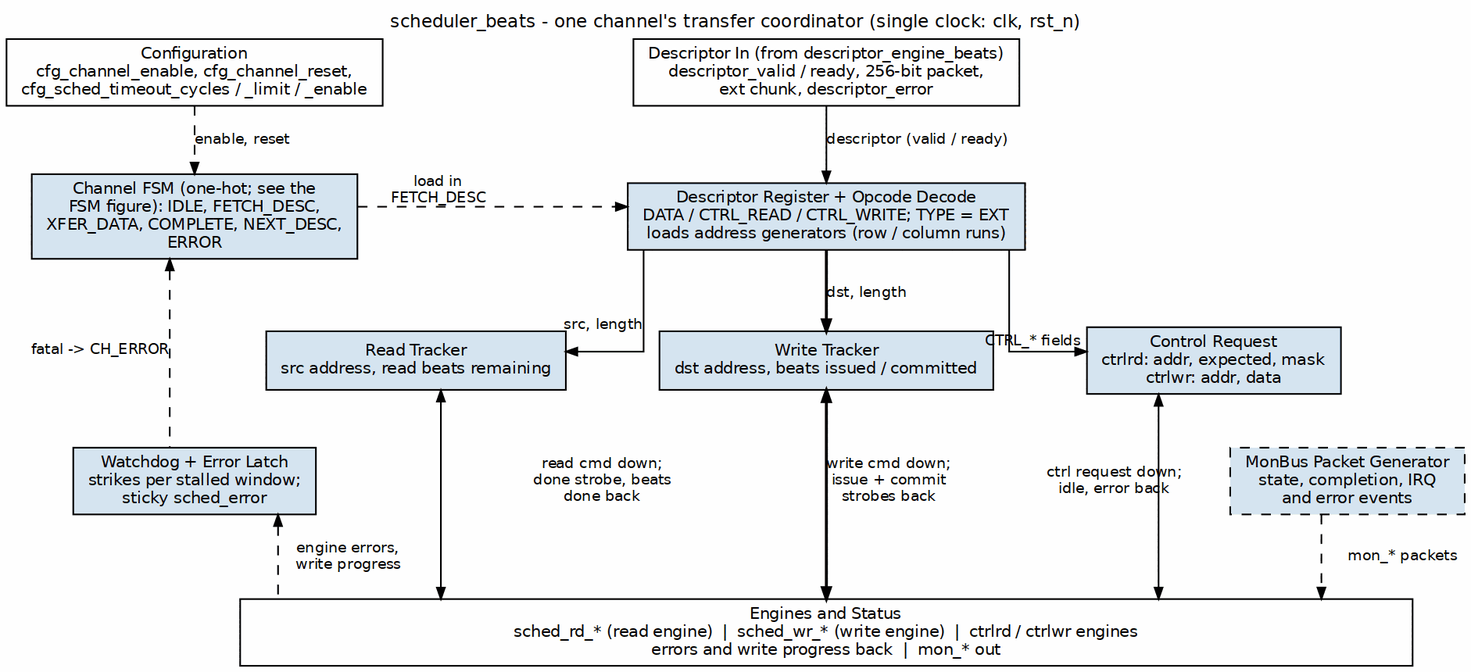
This is projects/components/dma-ip/rapids/docs/rapids_beats_mas/assets/graphviz/01_scheduler.png from sean-galloway/RTLDesignSherpa, a Graphviz export, as it was before one commit. Its source is kept beside it as projects/components/dma-ip/rapids/docs/rapids_beats_mas/assets/graphviz/01_scheduler.dot.
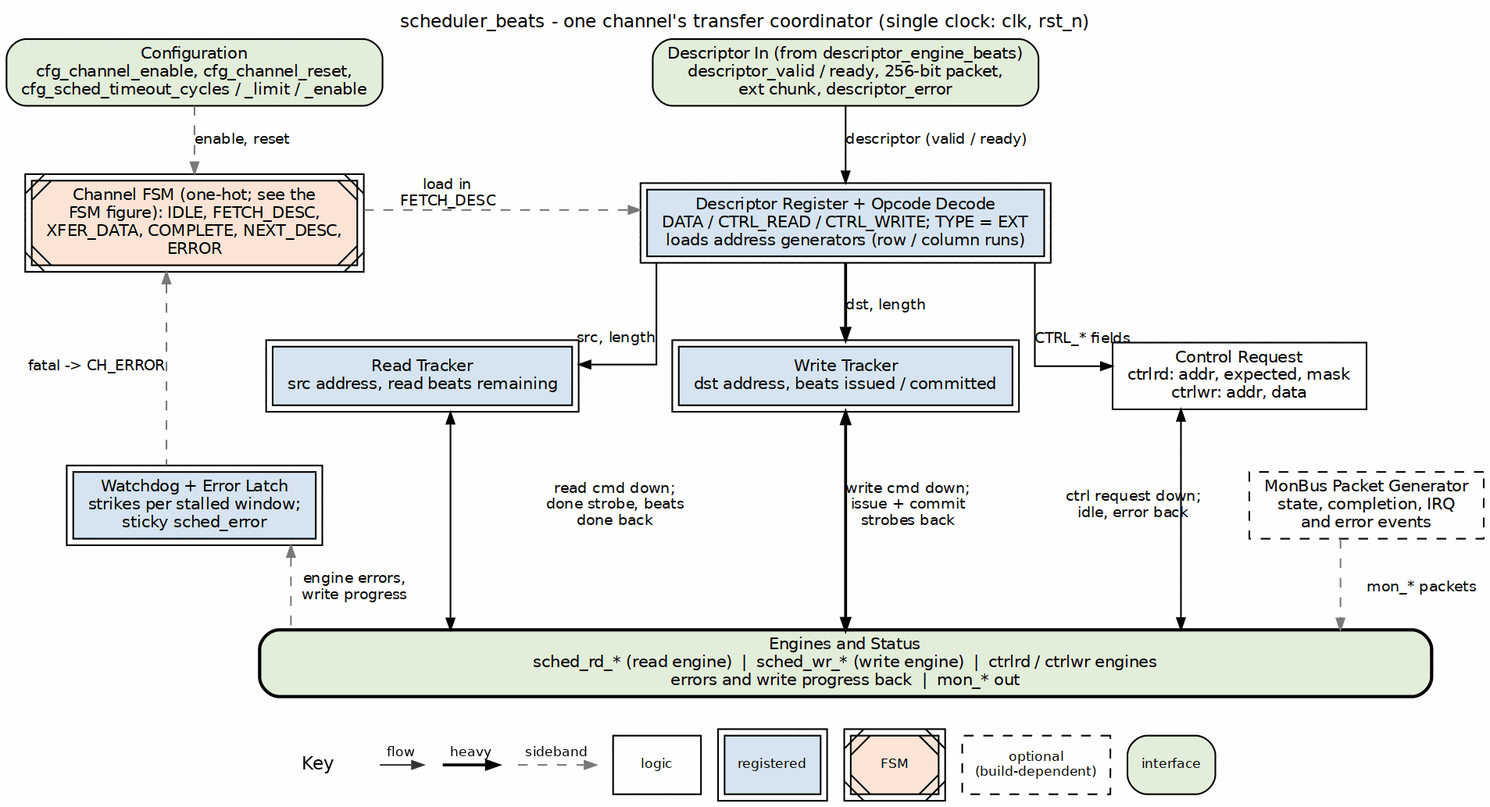
After the commit.

What changed in the source:
```diff
@@ -4,37 +4,37 @@
            label="scheduler_beats - one channel's transfer coordinator (single clock: clk, rst_n)",
            labelloc=t, labeljust=c];
     node  [fontname="Helvetica", fontsize=10, shape=box, style=filled,
-           fillcolor="#D6E4F0", color="black", margin="0.12,0.06"];
+           fillcolor="white", color="black", margin="0.12,0.06"];
     edge  [fontname="Helvetica", fontsize=9, color="black", arrowsize=0.7];
 
-    cfg  [label="Configuration\ncfg_channel_enable, cfg_channel_reset,\ncfg_sched_timeout_cycles / _limit / _enable", fillcolor="white", group=L];
-    din  [label="Descriptor In (from descriptor_engine_beats)\ndescriptor_valid / ready, 256-bit packet,\next chunk, descriptor_error", fillcolor="white", group=C];
+    cfg  [label="Configuration\ncfg_channel_enable, cfg_channel_reset,\ncfg_sched_timeout_cycles / _limit / _enable", fillcolor="white", group=L, style="rounded,filled", fillcolor="#E2EFDA"];
+    din  [label="Descriptor In (from descriptor_engine_beats)\ndescriptor_valid / ready, 256-bit packet,\next chunk, descriptor_error", fillcolor="white", group=C, style="rounded,filled", fillcolor="#E2EFDA"];
 
-    fsm  [label="Channel FSM (one-hot; see the\nFSM figure): IDLE, FETCH_DESC,\nXFER_DATA, COMPLETE, NEXT_DESC,\nERROR", group=L];
-    dreg [label="Descriptor Register + Opcode Decode\nDATA / CTRL_READ / CTRL_WRITE; TYPE = EXT\nloads address generators (row / column runs)", group=C];
+    fsm  [label="Channel FSM (one-hot; see the\nFSM figure): IDLE, FETCH_DESC,\nXFER_DATA, COMPLETE, NEXT_DESC,\nERROR", group=L, peripheries=2, style="filled,diagonals", fillcolor="#FCE4D6"];
+    dreg [label="Descriptor Register + Opcode Decode\nDATA / CTRL_READ / CTRL_WRITE; TYPE = EXT\nloads address generators (row / column runs)", group=C, peripheries=2, style="filled", fillcolor="#D6E4F0"];
 
-    rdt  [label="Read Tracker\nsrc address, read beats remaining", group=M];
-    wrt  [label="Write Tracker\ndst address, beats issued / committed", group=C];
-    ctl  [label="Control Request\nctrlrd: addr, expected, mask\nctrlwr: addr, data", group=R];
+    rdt  [label="Read Tracker\nsrc address, read beats remaining", group=M, peripheries=2, style="filled", fillcolor="#D6E4F0"];
+    wrt  [label="Write Tracker\ndst address, beats issued / committed", group=C, peripheries=2, style="filled", fillcolor="#D6E4F0"];
+    ctl  [label="Control Request\nctrlrd: addr, expected, mask\nctrlwr: addr, data", group=R, style="filled", fillcolor="white"];
 
-    wd   [label="Watchdog + Error Latch\nstrikes per stalled window;\nsticky sched_error", group=L];
-    mon  [label="MonBus Packet Generator\nstate, completion, IRQ\nand error events", style="filled,dashed", group=L];
+    wd   [label="Watchdog + Error Latch\nstrikes per stalled window;\nsticky sched_error", group=L, peripheries=2, style="filled", fillcolor="#D6E4F0"];
+    mon  [label="MonBus Packet Generator\nstate, completion, IRQ\nand error events", style="filled,dashed", group=L, style="filled,dashed", fillcolor="white"];
 
     bar [label="Engines and Status\nsched_rd_* (read engine)  |  sched_wr_* (write engine)  |  ctrlrd / ctrlwr engines\nerrors and write progress back  |  mon_* out",
-         fillcolor="white", width=10.0, group=C];
+         fillcolor="white", width=10.0, group=C, style="rounded,filled,bold", fillcolor="#E2EFDA"];
 
     din  -> dreg [label="descriptor (valid / ready)"];
-    cfg  -> fsm  [style=dashed, label="enable, reset"];
-    fsm  -> dreg [style=dashed, xlabel="load in\nFETCH_DESC"];
+    cfg  -> fsm  [style=dashed, color="#777777", label="enable, reset"];
+    fsm  -> dreg [style=dashed, color="#777777", xlabel="load in\nFETCH_DESC"];
     dreg -> rdt  [xlabel="src, length"];
     dreg -> wrt  [label="dst, length", penwidth=1.8];
     dreg -> ctl  [xlabel="CTRL_* fields"];
     rdt  -> bar  [dir=both, label="read cmd down;\ndone strobe, beats\ndone back"];
     wrt  -> bar  [dir=both, penwidth=1.8, label="write cmd down;\nissue + commit\nstrobes back"];
     ctl  -> bar  [dir=both, label="ctrl request down;\nidle, error back"];
-    fsm  -> wd   [dir=back, style=dashed, xlabel="fatal -> CH_ERROR"];
-    wd   -> bar  [dir=back, style=dashed, label="engine errors,\nwrite progress"];
-    mon  -> bar  [style=dashed, label="mon_* packets"];
+    fsm  -> wd   [dir=back, style=dashed, color="#777777", xlabel="fatal -> CH_ERROR"];
+    wd   -> bar  [dir=back, style=dashed, color="#777777", label="engine errors,\nwrite progress"];
+    mon  -> bar  [style=dashed, color="#777777", label="mon_* packets"];
 
     { rank=same; cfg; din; }
     cfg -> din [style=invis];
```
